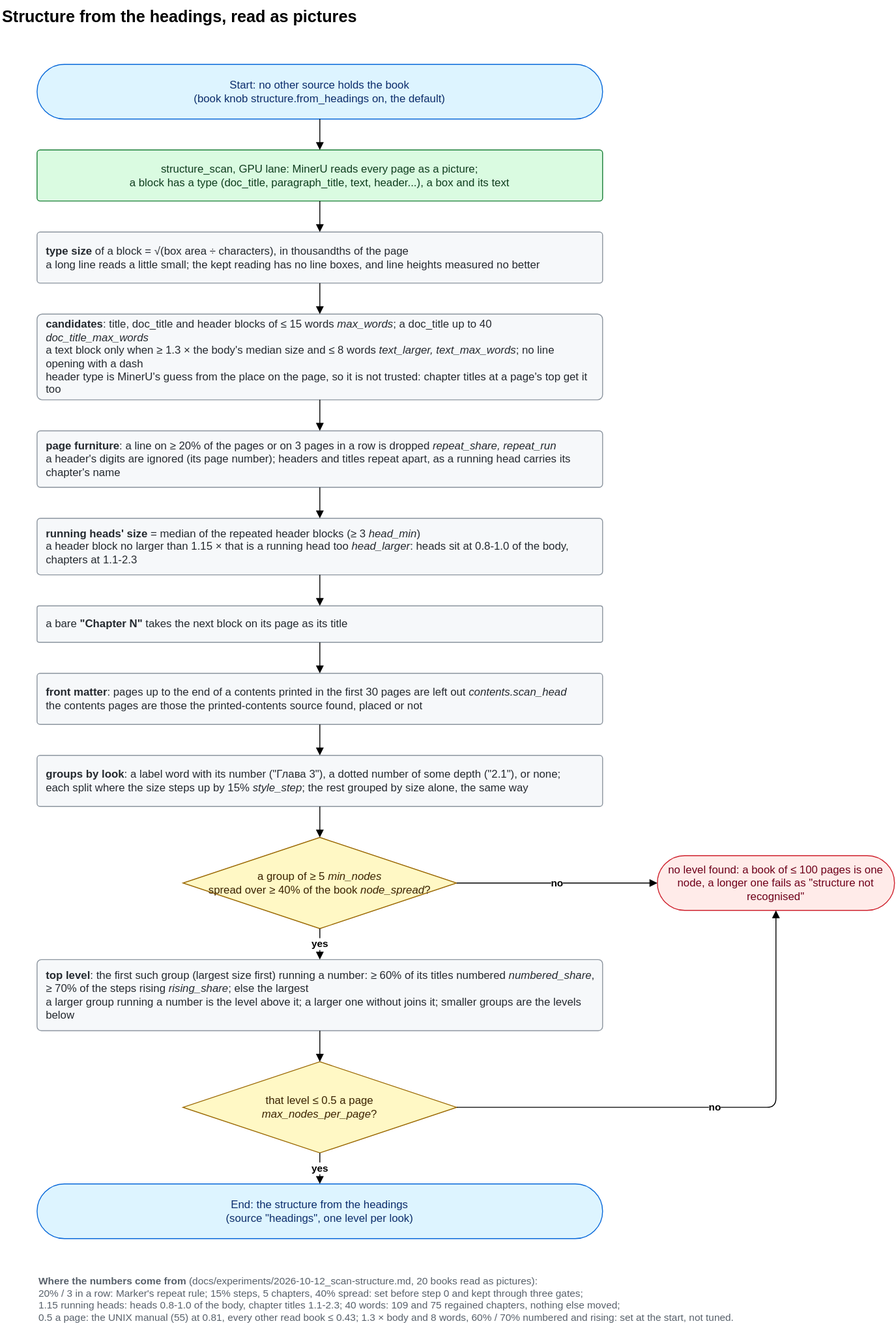
rikitikitav1/ocr-lab keeps this draw.io diagram as docs/diagrams/headings.drawio.svg. Above is the earlier version. Source tidied: cells renumbered, new cells last; positions are measured from the earlier drawing's top-left corner, leaving out a move shared by most shapes.
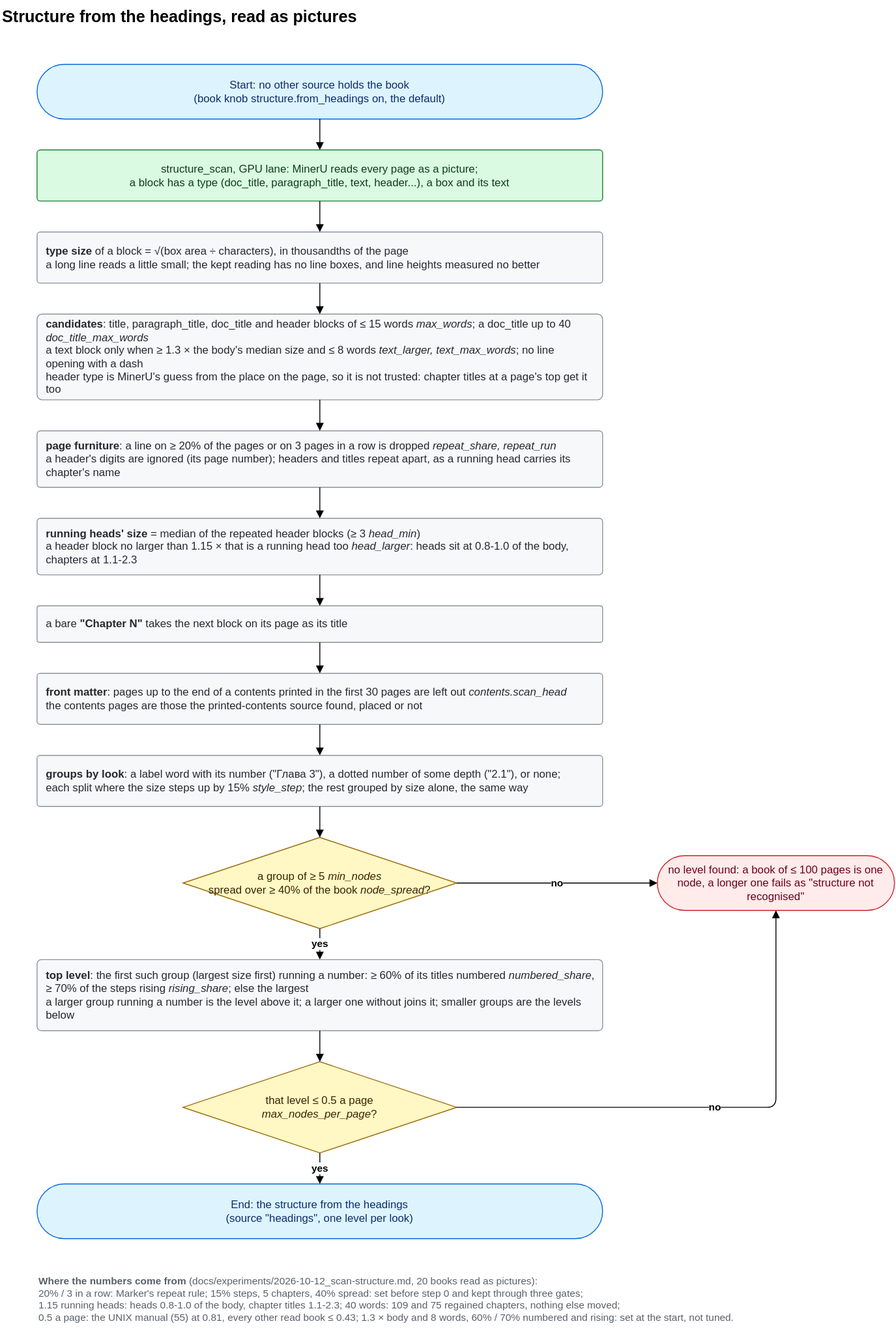
Above is the later version.

What changed in the source:
```diff
@@ -14,7 +14,7 @@
     <mxCell id="5" value="&lt;b&gt;type size&lt;/b&gt; of a block = √(box area ÷ characters), in thousandths of the page&lt;br&gt;a long line reads a little small; the kept reading has no line boxes, and line heights measured no better" style="html=1;whiteSpace=wrap;fontSize=12;fillColor=light-dark(#F6F8FA,#161B22);strokeColor=light-dark(#8C959F,#6E7681);fontColor=light-dark(#24292F,#E6EDF3);rounded=1;arcSize=6;align=left;spacingLeft=8;spacingRight=8;" parent="1" vertex="1">
       <mxGeometry x="40" y="254" width="620" height="56" as="geometry" />
     </mxCell>
-    <mxCell id="6" value="&lt;b&gt;candidates&lt;/b&gt;: title, doc_title and header blocks of ≤ 15 words &lt;i&gt;max_words&lt;/i&gt;; a doc_title up to 40 &lt;i&gt;doc_title_max_words&lt;/i&gt;&lt;br&gt;a text block only when ≥ 1.3 × the body's median size and ≤ 8 words &lt;i&gt;text_larger, text_max_words&lt;/i&gt;; no line opening with a dash&lt;br&gt;header type is MinerU's guess from the place on the page, so it is not trusted: chapter titles at a page's top get it too" style="html=1;whiteSpace=wrap;fontSize=12;fillColor=light-dark(#F6F8FA,#161B22);strokeColor=light-dark(#8C959F,#6E7681);fontColor=light-dark(#24292F,#E6EDF3);rounded=1;arcSize=6;align=left;spacingLeft=8;spacingRight=8;" parent="1" vertex="1">
+    <mxCell id="6" value="&lt;b&gt;candidates&lt;/b&gt;: title, paragraph_title, doc_title and header blocks of ≤ 15 words &lt;i&gt;max_words&lt;/i&gt;; a doc_title up to 40 &lt;i&gt;doc_title_max_words&lt;/i&gt;&lt;br&gt;a text block only when ≥ 1.3 × the body's median size and ≤ 8 words &lt;i&gt;text_larger, text_max_words&lt;/i&gt;; no line opening with a dash&lt;br&gt;header type is MinerU's guess from the place on the page, so it is not trusted: chapter titles at a page's top get it too" style="html=1;whiteSpace=wrap;fontSize=12;fillColor=light-dark(#F6F8FA,#161B22);strokeColor=light-dark(#8C959F,#6E7681);fontColor=light-dark(#24292F,#E6EDF3);rounded=1;arcSize=6;align=left;spacingLeft=8;spacingRight=8;" parent="1" vertex="1">
       <mxGeometry x="40" y="344" width="620" height="94" as="geometry" />
     </mxCell>
     <mxCell id="7" value="&lt;b&gt;page furniture&lt;/b&gt;: a line on ≥ 20% of the pages or on 3 pages in a row is dropped &lt;i&gt;repeat_share, repeat_run&lt;/i&gt;&lt;br&gt;a header's digits are ignored (its page number); headers and titles repeat apart, as a running head carries its chapter's name" style="html=1;whiteSpace=wrap;fontSize=12;fillColor=light-dark(#F6F8FA,#161B22);strokeColor=light-dark(#8C959F,#6E7681);fontColor=light-dark(#24292F,#E6EDF3);rounded=1;arcSize=6;align=left;spacingLeft=8;spacingRight=8;" parent="1" vertex="1">
```
